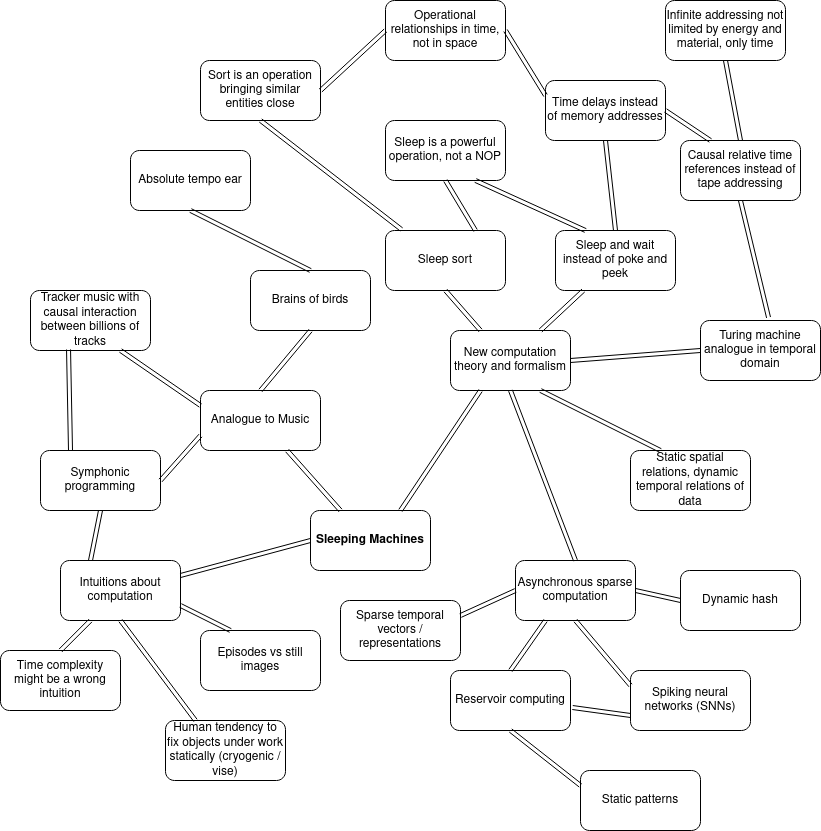
The draw.io diagram sleeping_machines.png in keskival/sleeping_machines, before a commit. Source tidied: cells renumbered, new cells last; positions are measured from the earlier drawing's top-left corner, leaving out a move shared by most shapes.
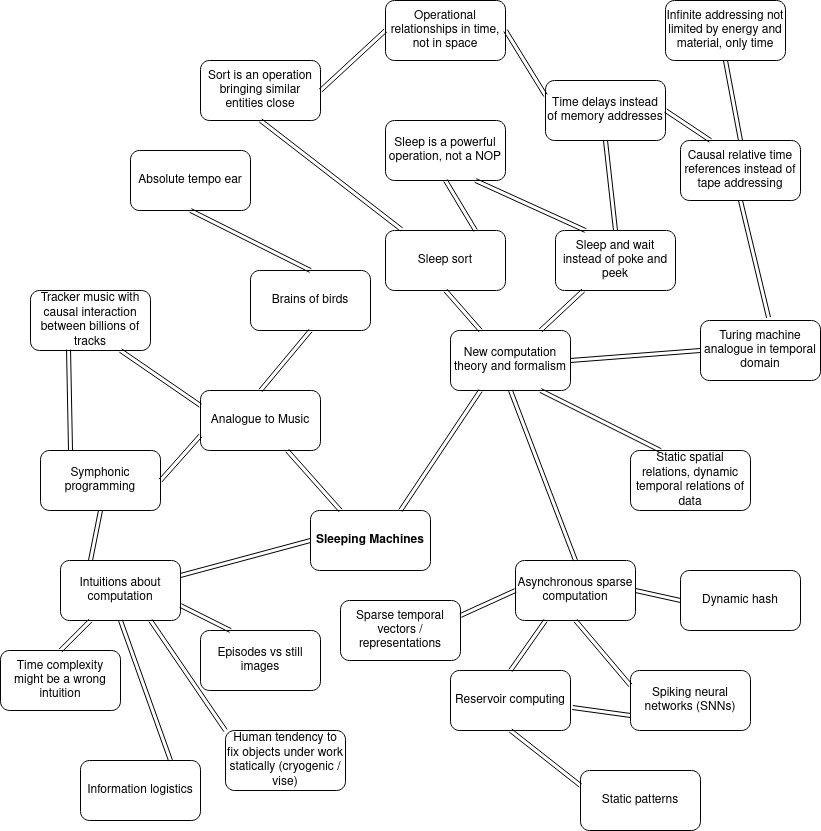
Later version of the same file.

Diff of the diagram source:
```diff
@@ -108,7 +108,7 @@
       <mxGeometry x="60" y="560" width="120" height="60" as="geometry" />
     </mxCell>
     <mxCell id="37" value="Human tendency to fix objects under work statically (cryogenic / vise)" style="rounded=1;whiteSpace=wrap;html=1;" parent="1" vertex="1">
-      <mxGeometry x="165" y="720" width="120" height="60" as="geometry" />
+      <mxGeometry x="225" y="730" width="120" height="60" as="geometry" />
     </mxCell>
     <mxCell id="38" value="Time complexity might be a wrong intuition" style="rounded=1;whiteSpace=wrap;html=1;" parent="1" vertex="1">
       <mxGeometry y="650" width="120" height="60" as="geometry" />
@@ -116,7 +116,7 @@
     <mxCell id="39" style="shape=link;html=1;entryX=0.25;entryY=1;entryDx=0;entryDy=0;exitX=0.5;exitY=0;exitDx=0;exitDy=0;" parent="1" edge="1" source="38" target="36">
       <mxGeometry relative="1" as="geometry" />
     </mxCell>
-    <mxCell id="40" style="shape=link;html=1;entryX=0.25;entryY=0;entryDx=0;entryDy=0;exitX=0.5;exitY=1;exitDx=0;exitDy=0;" parent="1" edge="1" source="36" target="37">
+    <mxCell id="40" style="shape=link;html=1;entryX=0;entryY=0;entryDx=0;entryDy=0;exitX=0.75;exitY=1;exitDx=0;exitDy=0;" parent="1" edge="1" source="36" target="37">
       <mxGeometry relative="1" as="geometry" />
     </mxCell>
     <mxCell id="41" style="shape=link;html=1;entryX=0;entryY=0.5;entryDx=0;entryDy=0;exitX=1;exitY=0.25;exitDx=0;exitDy=0;" parent="1" edge="1" source="36" target="2">
@@ -179,5 +179,11 @@
     <mxCell id="60" style="shape=link;html=1;exitX=1;exitY=0.5;exitDx=0;exitDy=0;entryX=0;entryY=0.5;entryDx=0;entryDy=0;" parent="1" edge="1" source="56" target="58">
       <mxGeometry relative="1" as="geometry" />
     </mxCell>
+    <mxCell id="61" value="Information logistics" style="rounded=1;whiteSpace=wrap;html=1;" parent="1" vertex="1">
+      <mxGeometry x="80" y="760" width="120" height="60" as="geometry" />
+    </mxCell>
+    <mxCell id="62" style="shape=link;html=1;entryX=0.75;entryY=0;entryDx=0;entryDy=0;exitX=0.5;exitY=1;exitDx=0;exitDy=0;" parent="1" edge="1" source="36" target="61">
+      <mxGeometry relative="1" as="geometry" />
+    </mxCell>
   </root>
 </mxGraphModel>
```
